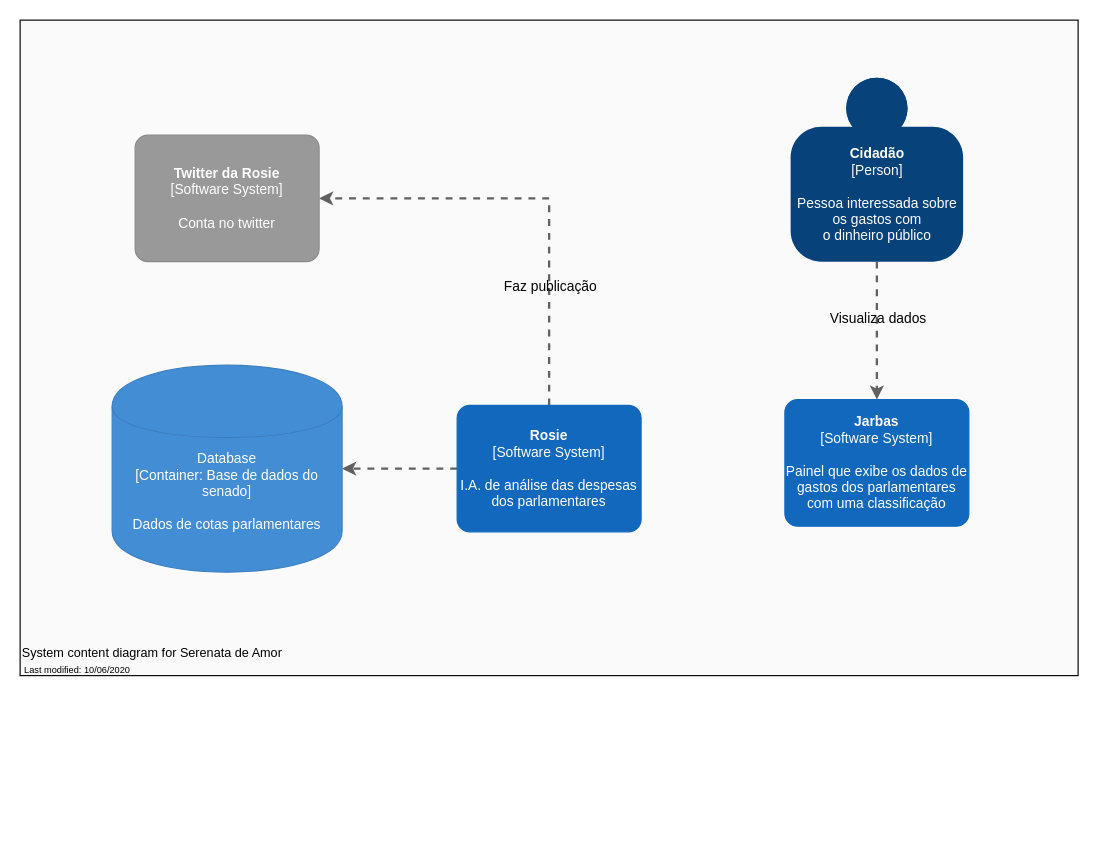
Earlier version of the draw.io diagram content/posts/serenata-de-amor/c4-contexto.drawio (joaoarthurbm/arqsoft-blog). Source tidied: cells renumbered, new cells numbered last; positions are measured from the earlier drawing's top-left corner, leaving out a move shared by most shapes. Both pictures are drawn from the tidied source at 115%, with x=0, y=0 at pixel (20, 20).
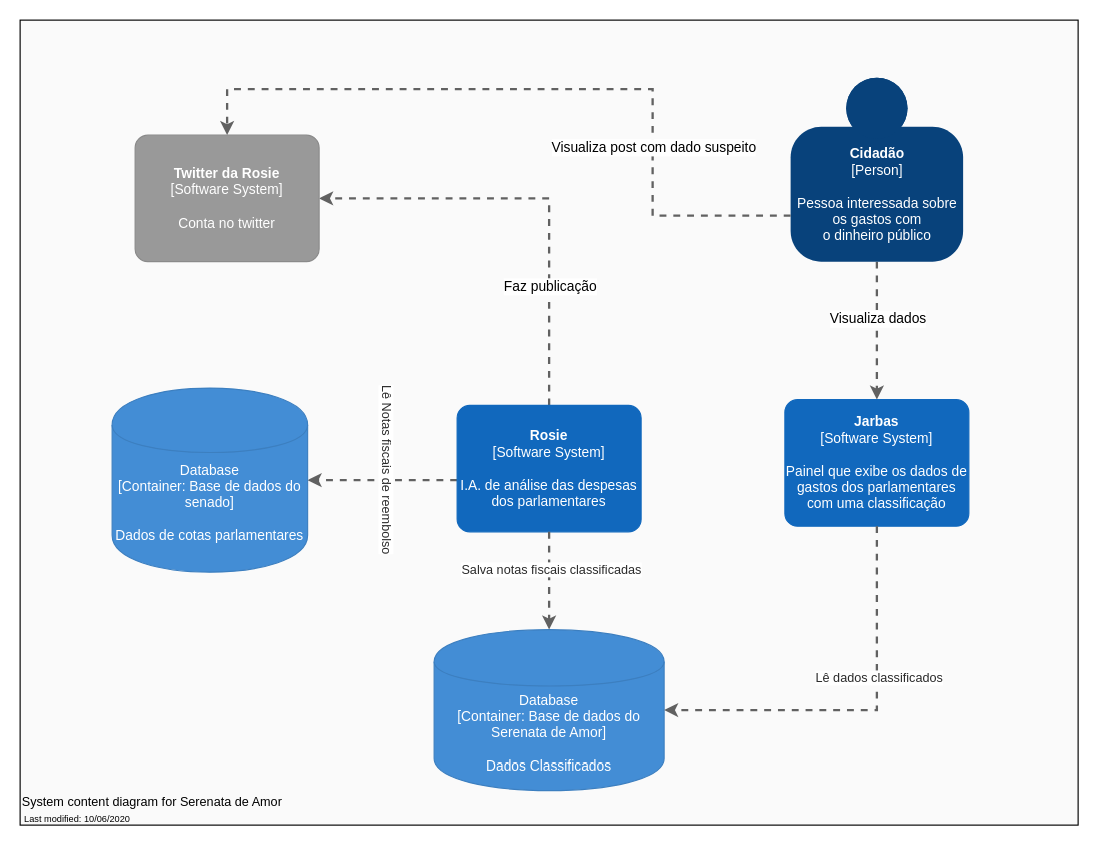
Above is the later version.

Commit message (it also covers changes not shown here):
adição de descrição, objetivos e contexto com diagrama e descrição

The change refers to these unchanged cells:
```xml
<mxCell id="3" style="edgeStyle=orthogonalEdgeStyle;rounded=0;jettySize=auto;html=1;dashed=1;strokeColor=#616161;fontSize=12;shadow=0;strokeWidth=2;" parent="1" edge="1" source="6" target="12">
  <mxGeometry relative="1" as="geometry">
    <Array as="points">
      <mxPoint x="460" y="155" />
    </Array>
  </mxGeometry>
</mxCell>
<object id="6" label="&lt;b&gt;%c4Name%&lt;/b&gt;&lt;div&gt;[%c4Type%]&lt;/div&gt;&lt;br&gt;&lt;div&gt;%c4Description%&lt;/div&gt;" c4Description="I.A. de análise das despesas dos parlamentares" c4Name="Rosie" c4Type="Software System" placeholders="1">
  <mxCell style="rounded=1;whiteSpace=wrap;html=1;labelBackgroundColor=none;fillColor=#1168BD;fontColor=#ffffff;align=center;arcSize=10;strokeColor=#1168BD;metaData={&quot;c4Type&quot;:{&quot;editable&quot;:false}};points=[[0.25,0,0],[0.5,0,0],[0.75,0,0],[1,0.25,0],[1,0.5,0],[1,0.75,0],[0.75,1,0],[0.5,1,0],[0.25,1,0],[0,0.75,0],[0,0.5,0],[0,0.25,0]];" parent="1" vertex="1">
    <mxGeometry x="380" y="335" width="160" height="110" as="geometry" />
  </mxCell>
</object>
<object id="7" label="&lt;b&gt;%c4Name%&lt;/b&gt;&lt;div&gt;[%c4Type%]&lt;/div&gt;&lt;br&gt;&lt;div&gt;%c4Description%&lt;/div&gt;" c4Description="Painel que exibe os dados de gastos dos parlamentares com uma classificação" c4Name="Jarbas" c4Type="Software System" placeholders="1">
  <mxCell style="rounded=1;whiteSpace=wrap;html=1;labelBackgroundColor=none;fillColor=#1168BD;fontColor=#ffffff;align=center;arcSize=10;strokeColor=#1168BD;metaData={&quot;c4Type&quot;:{&quot;editable&quot;:false}};points=[[0.25,0,0],[0.5,0,0],[0.75,0,0],[1,0.25,0],[1,0.5,0],[1,0.75,0],[0.75,1,0],[0.5,1,0],[0.25,1,0],[0,0.75,0],[0,0.5,0],[0,0.25,0]];" parent="1" vertex="1">
    <mxGeometry x="665" y="330" width="160" height="110" as="geometry" />
  </mxCell>
</object>
<mxCell id="9" style="edgeStyle=orthogonalEdgeStyle;rounded=0;jettySize=auto;html=1;fontSize=12;dashed=1;strokeColor=#616161;strokeWidth=2;fontColor=#000000;" parent="1" edge="1" source="11" target="7">
  <mxGeometry relative="1" as="geometry" />
</mxCell>
<object id="11" label="&lt;b&gt;%c4Name%&lt;/b&gt;&lt;div&gt;[%c4Type%]&lt;/div&gt;&lt;br&gt;&lt;div&gt;%c4Description%&lt;/div&gt;" c4Description="Pessoa interessada sobre &#10;os gastos com &#10;o dinheiro público" c4Name="Cidadão" c4Type="Person" placeholders="1">
  <mxCell style="html=1;dashed=0;whitespace=wrap;fillColor=#08427b;strokeColor=none;fontColor=#ffffff;shape=mxgraph.c4.person;align=center;points=[[0.5,0,0],[1,0.5,0],[1,0.75,0],[0.75,1,0],[0.5,1,0],[0.25,1,0],[0,0.75,0],[0,0.5,0]];metaData={&quot;c4Type&quot;:{&quot;editable&quot;:false}};" parent="1" vertex="1">
    <mxGeometry x="670" y="50" width="150" height="160" as="geometry" />
  </mxCell>
</object>
<object id="12" label="&lt;b&gt;%c4Name%&lt;/b&gt;&lt;div&gt;[%c4Type%]&lt;/div&gt;&lt;br&gt;&lt;div&gt;%c4Description%&lt;/div&gt;" c4Description="Conta no twitter" c4Name="Twitter da Rosie" c4Type="Software System" placeholders="1">
  <mxCell style="rounded=1;whiteSpace=wrap;html=1;labelBackgroundColor=none;fillColor=#999999;fontColor=#ffffff;align=center;arcSize=10;strokeColor=#8A8A8A;metaData={&quot;c4Type&quot;:{&quot;editable&quot;:false}};points=[[0.25,0,0],[0.5,0,0],[0.75,0,0],[1,0.25,0],[1,0.5,0],[1,0.75,0],[0.75,1,0],[0.5,1,0],[0.25,1,0],[0,0.75,0],[0,0.5,0],[0,0.25,0]];" parent="1" vertex="1">
    <mxGeometry x="100" y="100" width="160" height="110" as="geometry" />
  </mxCell>
</object>
```

Change to the diagram source:
```diff
@@
     <mxCell id="2" style="rounded=0;whiteSpace=wrap;html=1;fontSize=12;fillColor=#FAFAFA;" parent="1" vertex="1">
-      <mxGeometry width="920" height="570" as="geometry" />
+      <mxGeometry width="920" height="700" as="geometry" />
     </mxCell>
@@
-    <mxCell id="4" value="Faz publicação" style="edgeLabel;html=1;align=center;verticalAlign=middle;fontSize=12;labelBackgroundColor=none;fontColor=#000000;" parent="3" vertex="1">
+    <mxCell id="4" value="Faz publicação" style="edgeLabel;html=1;align=center;verticalAlign=middle;fontSize=12;labelBackgroundColor=#ffffff;fontColor=#000000;" parent="3" vertex="1">
       <mxGeometry x="-0.42" y="2" relative="1" as="geometry">
         <mxPoint x="2" y="6" as="offset" />
       </mxGeometry>
     </mxCell>
     <mxCell id="5" style="edgeStyle=orthogonalEdgeStyle;rounded=0;jettySize=auto;html=1;entryX=1;entryY=0.5;entryDx=0;entryDy=0;entryPerimeter=0;dashed=1;strokeColor=#616161;fontSize=12;strokeWidth=2;" parent="1" edge="1" source="6" target="8">
       <mxGeometry relative="1" as="geometry">
         <Array as="points">
-          <mxPoint x="370" y="390" />
-          <mxPoint x="370" y="390" />
+          <mxPoint x="320" y="400" />
+          <mxPoint x="320" y="400" />
         </Array>
       </mxGeometry>
     </mxCell>
+    <mxCell id="15" value="Lê Notas fiscais de reembolso" style="edgeLabel;html=1;align=center;verticalAlign=middle;fontColor=#2B2B2B;labelBackgroundColor=#ffffff;rotation=90;" parent="5" vertex="1">
+      <mxGeometry x="0.19" relative="1" as="geometry">
+        <mxPoint x="17.1" y="-10" as="offset" />
+      </mxGeometry>
+    </mxCell>
@@
     <object id="8" label="%c4Type%&lt;div style=&quot;font-size: 12px;&quot;&gt;[Container:&amp;nbsp;%c4Technology%]&lt;/div&gt;&lt;br style=&quot;font-size: 12px;&quot;&gt;&lt;div style=&quot;font-size: 12px;&quot;&gt;%c4Description%&lt;/div&gt;" c4Description="Dados de cotas parlamentares" c4Technology="Base de dados do senado" c4Type="Database" placeholders="1">
       <mxCell style="shape=cylinder;whiteSpace=wrap;html=1;boundedLbl=1;rounded=0;labelBackgroundColor=none;fillColor=#438DD5;fontSize=12;fontColor=#ffffff;align=center;strokeColor=#3C7FC0;points=[[0.5,0,0],[1,0.25,0],[1,0.5,0],[1,0.75,0],[0.5,1,0],[0,0.75,0],[0,0.5,0],[0,0.25,0]];metaData={&quot;c4Type&quot;:{&quot;editable&quot;:false}};" parent="1" vertex="1">
-        <mxGeometry x="80" y="300" width="200" height="180" as="geometry" />
+        <mxGeometry x="80" y="320" width="170" height="160" as="geometry" />
       </mxCell>
     </object>
@@
-    <mxCell id="10" value="Visualiza dados" style="edgeLabel;html=1;align=center;verticalAlign=middle;fontSize=12;labelBackgroundColor=none;fontColor=#000000;" parent="9" vertex="1">
+    <mxCell id="10" value="Visualiza dados" style="edgeLabel;html=1;align=center;verticalAlign=middle;fontSize=12;labelBackgroundColor=#ffffff;fontColor=#000000;" parent="9" vertex="1">
       <mxGeometry x="-0.26" y="3" relative="1" as="geometry">
         <mxPoint x="-3" y="5.3" as="offset" />
       </mxGeometry>
     </mxCell>
@@
     <mxCell id="13" value="System content diagram for Serenata de Amor" style="text;html=1;align=center;verticalAlign=middle;whiteSpace=wrap;rounded=0;fontSize=11;fontColor=#000000;" parent="1" vertex="1">
-      <mxGeometry y="540" width="230" height="20" as="geometry" />
+      <mxGeometry y="670" width="230" height="20" as="geometry" />
     </mxCell>
     <mxCell id="14" value="Last modified: 10/06/2020" style="text;html=1;align=center;verticalAlign=middle;whiteSpace=wrap;rounded=0;fontSize=8;fontColor=#000000;" parent="1" vertex="1">
-      <mxGeometry y="560" width="100" height="10" as="geometry" />
+      <mxGeometry y="690" width="100" height="10" as="geometry" />
     </mxCell>
+    <object id="16" label="%c4Type%&lt;div style=&quot;font-size: 12px;&quot;&gt;[Container:&amp;nbsp;%c4Technology%]&lt;/div&gt;&lt;br style=&quot;font-size: 12px;&quot;&gt;&lt;div style=&quot;font-size: 12px;&quot;&gt;%c4Description%&lt;/div&gt;" c4Description="Dados Classificados" c4Technology="Base de dados do Serenata de Amor" c4Type="Database" placeholders="1">
+      <mxCell style="shape=cylinder;whiteSpace=wrap;html=1;boundedLbl=1;rounded=0;labelBackgroundColor=none;fillColor=#438DD5;fontSize=12;fontColor=#ffffff;align=center;strokeColor=#3C7FC0;points=[[0.5,0,0],[1,0.25,0],[1,0.5,0],[1,0.75,0],[0.5,1,0],[0,0.75,0],[0,0.5,0],[0,0.25,0]];metaData={&quot;c4Type&quot;:{&quot;editable&quot;:false}};" parent="1" vertex="1">
+        <mxGeometry x="360" y="530" width="200" height="140" as="geometry" />
+      </mxCell>
+    </object>
+    <mxCell id="17" style="edgeStyle=orthogonalEdgeStyle;rounded=0;jettySize=auto;html=1;entryX=0.5;entryY=0;entryDx=0;entryDy=0;entryPerimeter=0;dashed=1;strokeColor=#616161;fontSize=12;strokeWidth=2;exitX=0.5;exitY=1;exitDx=0;exitDy=0;exitPerimeter=0;" parent="1" edge="1" source="6" target="16">
+      <mxGeometry relative="1" as="geometry">
+        <Array as="points">
+          <mxPoint x="460" y="480" />
+          <mxPoint x="460" y="480" />
+        </Array>
+      </mxGeometry>
+    </mxCell>
+    <mxCell id="18" value="Salva notas fiscais classificadas" style="edgeLabel;html=1;align=center;verticalAlign=middle;fontColor=#2B2B2B;labelBackgroundColor=#ffffff;" parent="17" vertex="1">
+      <mxGeometry x="-0.24" y="1" relative="1" as="geometry" />
+    </mxCell>
+    <mxCell id="19" style="edgeStyle=orthogonalEdgeStyle;rounded=0;jettySize=auto;html=1;entryX=1;entryY=0.5;entryDx=0;entryDy=0;entryPerimeter=0;dashed=1;strokeColor=#616161;fontSize=12;strokeWidth=2;exitX=0.5;exitY=1;exitDx=0;exitDy=0;exitPerimeter=0;" parent="1" edge="1" source="7" target="16">
+      <mxGeometry relative="1" as="geometry">
+        <Array as="points">
+          <mxPoint x="745" y="600" />
+        </Array>
+      </mxGeometry>
+    </mxCell>
+    <mxCell id="20" value="Lê dados classificados" style="edgeLabel;html=1;align=center;verticalAlign=middle;fontColor=#2B2B2B;labelBackgroundColor=#ffffff;" parent="19" vertex="1">
+      <mxGeometry x="-0.24" y="1" relative="1" as="geometry" />
+    </mxCell>
+    <mxCell id="21" style="edgeStyle=orthogonalEdgeStyle;rounded=0;jettySize=auto;html=1;dashed=1;strokeColor=#616161;fontSize=12;shadow=0;strokeWidth=2;exitX=0;exitY=0.75;exitDx=0;exitDy=0;exitPerimeter=0;entryX=0.5;entryY=0;entryDx=0;entryDy=0;entryPerimeter=0;" parent="1" edge="1" source="11" target="12">
+      <mxGeometry relative="1" as="geometry">
+        <Array as="points">
+          <mxPoint x="550" y="170" />
+          <mxPoint x="550" y="60" />
+          <mxPoint x="180" y="60" />
+        </Array>
+      </mxGeometry>
+    </mxCell>
+    <mxCell id="22" value="Visualiza post com dado suspeito" style="edgeLabel;html=1;align=center;verticalAlign=middle;fontSize=12;labelBackgroundColor=#ffffff;fontColor=#000000;" parent="21" vertex="1">
+      <mxGeometry x="-0.42" y="2" relative="1" as="geometry">
+        <mxPoint x="2" y="6" as="offset" />
+      </mxGeometry>
+    </mxCell>
```
